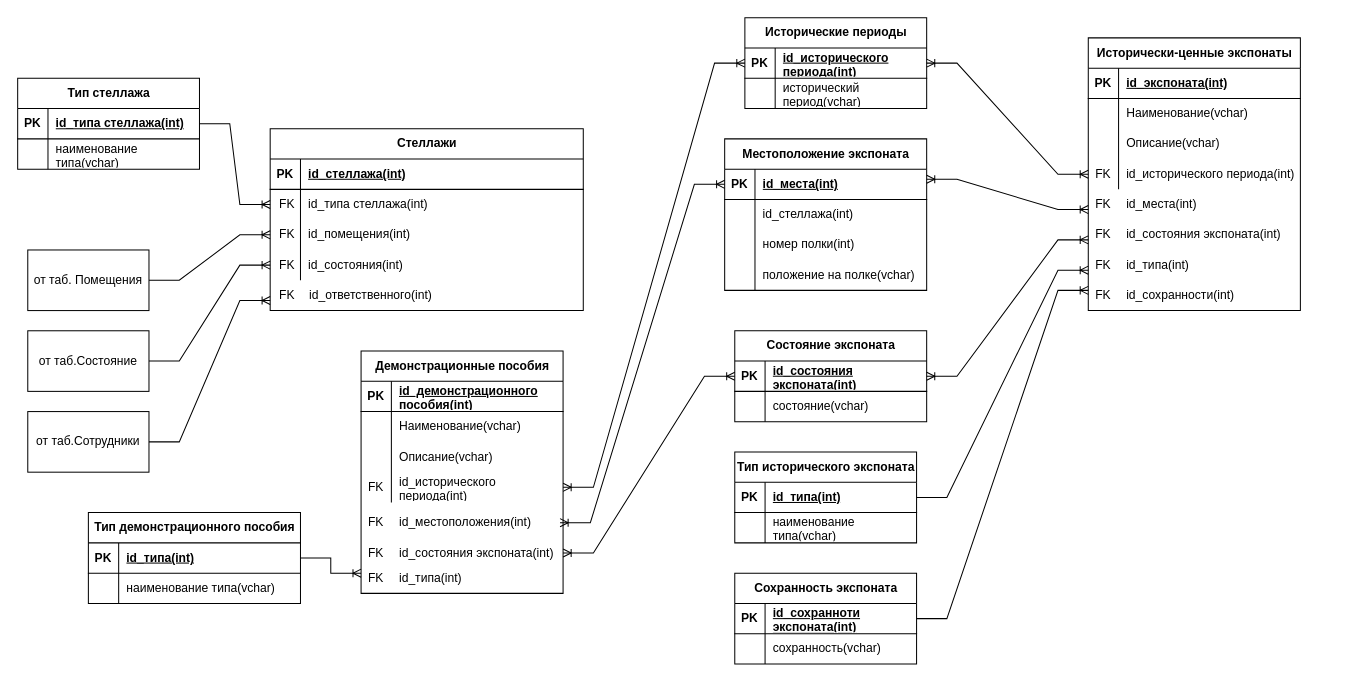
Before: page "Страница 3" (3 of 4) of Museum_DB.drawio in alexolhovskiy/BD_diagramma, a draw.io diagram. Source tidied: cells renumbered, new cells numbered last; positions are measured from the earlier drawing's top-left corner, leaving out a move shared by most shapes. Both pictures are drawn from the tidied source at 101%, with x=0, y=0 at pixel (17, 17).
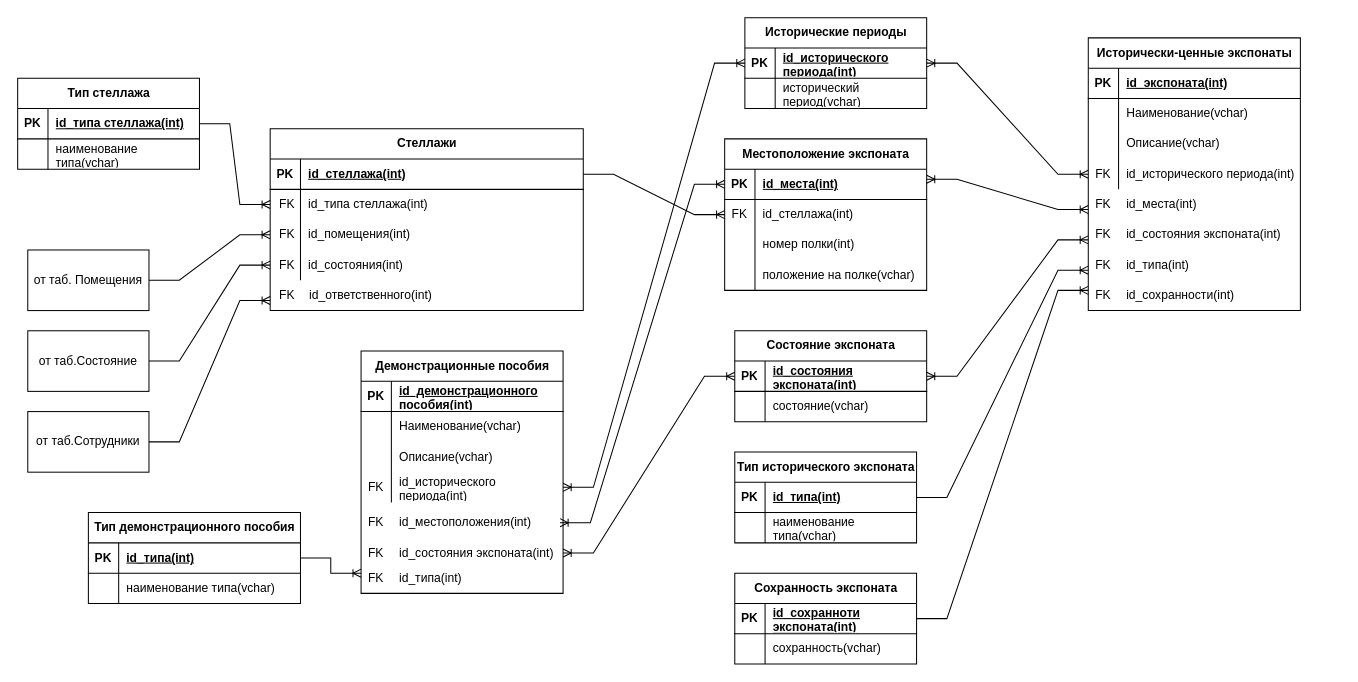
The same page after the edit.

Unchanged cells that the change refers to:
```xml
<mxCell id="97" style="shape=tableRow;horizontal=0;startSize=0;swimlaneHead=0;swimlaneBody=0;fillColor=none;points=[[0,0.5],[1,0.5]];portConstraint=eastwest;top=0;left=0;right=0;bottom=1;" parent="96" vertex="1">
  <mxGeometry y="30" width="310" height="30" as="geometry" />
</mxCell>
<mxCell id="114" style="shape=tableRow;horizontal=0;startSize=0;swimlaneHead=0;swimlaneBody=0;fillColor=none;points=[[0,0.5],[1,0.5]];portConstraint=eastwest;top=0;left=0;right=0;bottom=0;" parent="110" vertex="1">
  <mxGeometry y="60" width="200" height="30" as="geometry" />
</mxCell>
```

What changed in the source:
```diff
@@
-    <mxCell id="115" style="shape=partialRectangle;fillColor=none;top=0;left=0;bottom=0;right=0;overflow=hidden;whiteSpace=wrap;html=1;" parent="114" vertex="1">
+    <mxCell id="115" value="FK" style="shape=partialRectangle;fillColor=none;top=0;left=0;bottom=0;right=0;overflow=hidden;whiteSpace=wrap;html=1;" parent="114" vertex="1">
       <mxGeometry width="30" height="30" as="geometry" />
     </mxCell>
@@
+    <mxCell id="148" style="edgeStyle=entityRelationEdgeStyle;fontSize=12;html=1;endArrow=ERoneToMany;rounded=0;exitX=1;exitY=0.5;exitDx=0;exitDy=0;entryX=0;entryY=0.5;entryDx=0;entryDy=0;" parent="1" edge="1" source="97" target="114">
+      <mxGeometry relative="1" as="geometry" />
+    </mxCell>
```
